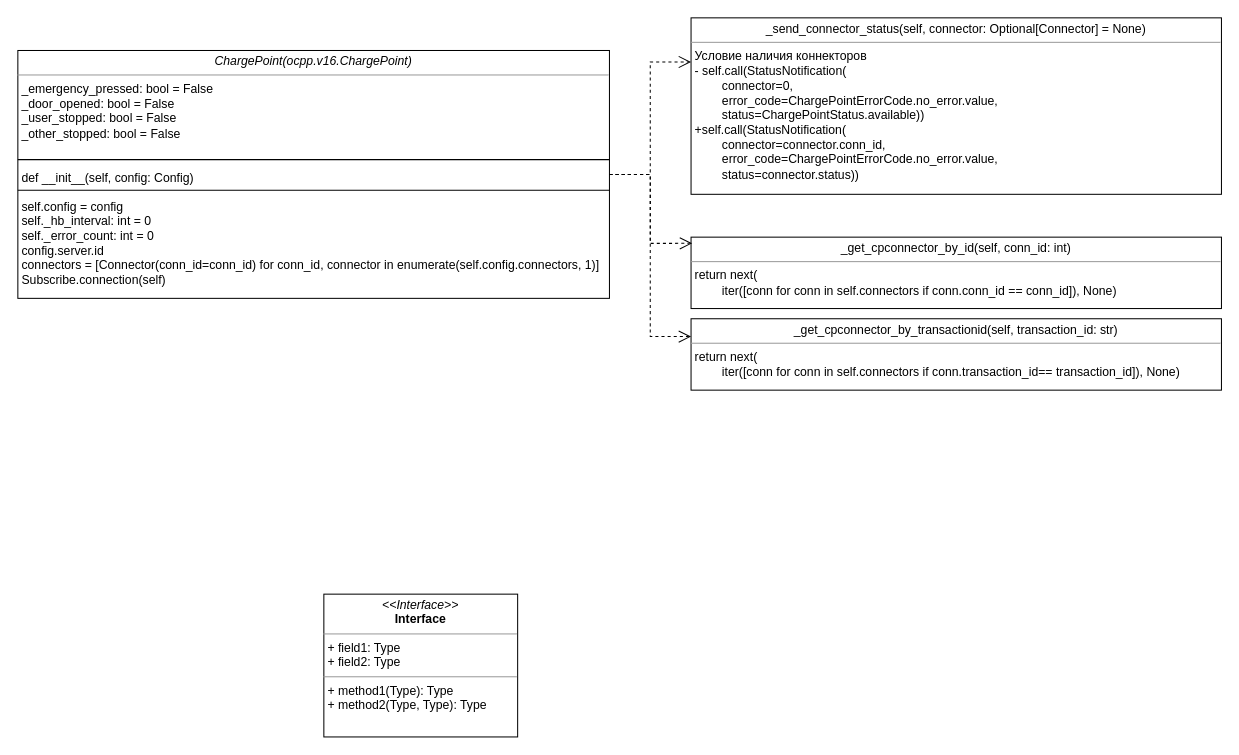
ilnurkaa2019/st_auth_test keeps this draw.io diagram as chargestation.drawio. Above is the earlier version. Source tidied: cells renumbered, new cells numbered last; positions are measured from the earlier drawing's top-left corner, leaving out a move shared by most shapes. Both pictures are drawn from the tidied source at 102%, with x=0, y=0 at pixel (17, 17).
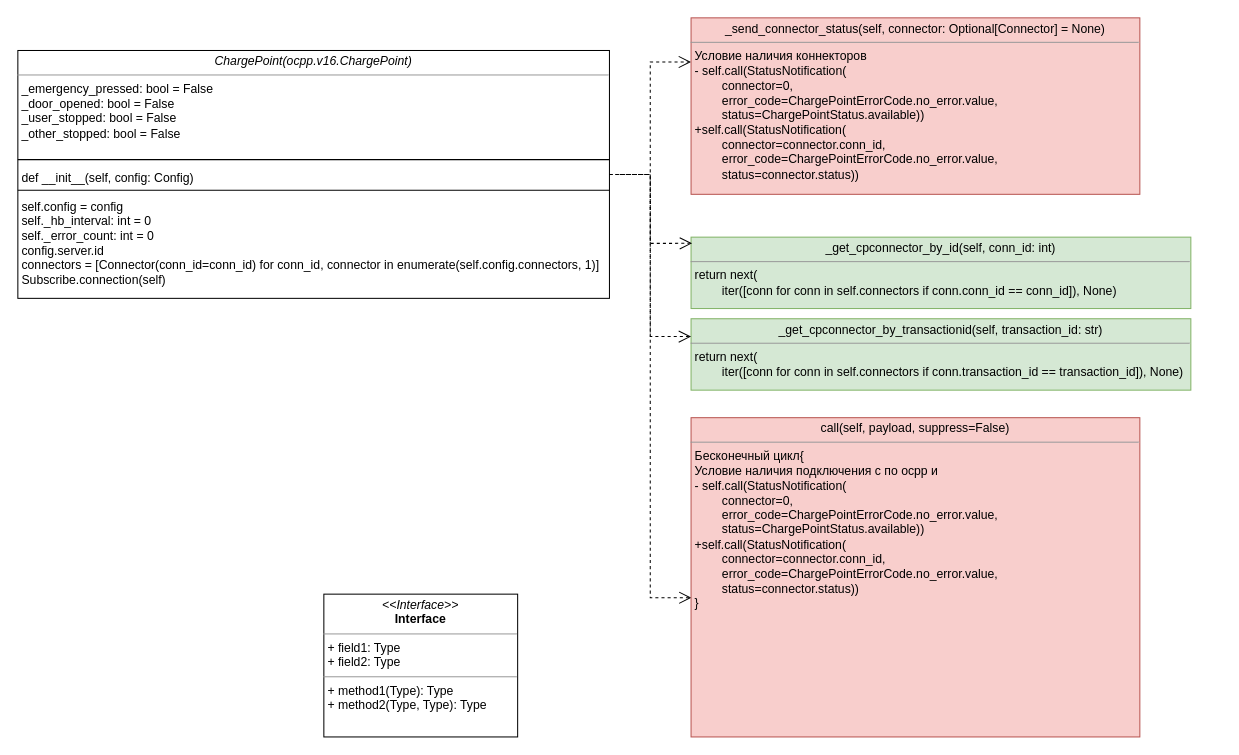
The same page after the edit.

The edit, as a diff of the source:
```diff
@@
 <mxGraphModel>
   <root>
     <mxCell id="0" />
     <mxCell id="1" parent="0" />
     <mxCell id="2" style="edgeStyle=orthogonalEdgeStyle;rounded=0;html=1;labelBackgroundColor=none;startFill=0;endArrow=open;endFill=0;endSize=10;fontFamily=Verdana;fontSize=10;dashed=1;entryX=0;entryY=0.25;entryDx=0;entryDy=0;" parent="1" edge="1" source="3" target="6">
       <mxGeometry relative="1" as="geometry" />
     </mxCell>
     <mxCell id="3" value="&lt;p style=&quot;margin:0px;margin-top:4px;text-align:center;&quot;&gt;&lt;i&gt;ChargePoint(ocpp.v16.ChargePoint)&lt;/i&gt;&lt;/p&gt;&lt;hr size=&quot;1&quot;&gt;&lt;p style=&quot;margin:0px;margin-left:4px;&quot;&gt;_emergency_pressed: bool = False&lt;/p&gt;&lt;p style=&quot;margin:0px;margin-left:4px;&quot;&gt;_door_opened: bool = False&lt;/p&gt;&lt;p style=&quot;margin:0px;margin-left:4px;&quot;&gt;_user_stopped: bool = False&lt;/p&gt;&lt;p style=&quot;margin:0px;margin-left:4px;&quot;&gt;_other_stopped: bool = False&lt;/p&gt;&lt;p style=&quot;margin:0px;margin-left:4px;&quot;&gt;&lt;br&gt;&lt;/p&gt;&lt;p style=&quot;margin:0px;margin-left:4px;&quot;&gt;&lt;br&gt;&lt;/p&gt;&lt;p style=&quot;margin:0px;margin-left:4px;&quot;&gt;def __init__(self, config: Config)&lt;/p&gt;&lt;p style=&quot;margin:0px;margin-left:4px;&quot;&gt;&lt;br&gt;&lt;/p&gt;&lt;p style=&quot;margin:0px;margin-left:4px;&quot;&gt;self.config = config&lt;/p&gt;&lt;p style=&quot;margin:0px;margin-left:4px;&quot;&gt;self._hb_interval: int = 0&lt;/p&gt;&lt;p style=&quot;margin:0px;margin-left:4px;&quot;&gt;self._error_count: int = 0&lt;/p&gt;&lt;p style=&quot;margin:0px;margin-left:4px;&quot;&gt;config.server.id&lt;/p&gt;&lt;p style=&quot;margin:0px;margin-left:4px;&quot;&gt;connectors = [Connector(conn_id=conn_id) for conn_id, connector in enumerate(self.config.connectors, 1)]&lt;/p&gt;&lt;p style=&quot;margin:0px;margin-left:4px;&quot;&gt;Subscribe.connection(self)&lt;/p&gt;" style="verticalAlign=top;align=left;overflow=fill;fontSize=12;fontFamily=Helvetica;html=1;rounded=0;shadow=0;comic=0;labelBackgroundColor=none;strokeWidth=1;" parent="1" vertex="1">
       <mxGeometry y="32" width="580" height="243" as="geometry" />
     </mxCell>
     <mxCell id="4" value="&lt;p style=&quot;margin:0px;margin-top:4px;text-align:center;&quot;&gt;&lt;i&gt;&amp;lt;&amp;lt;Interface&amp;gt;&amp;gt;&lt;/i&gt;&lt;br/&gt;&lt;b&gt;Interface&lt;/b&gt;&lt;/p&gt;&lt;hr size=&quot;1&quot;/&gt;&lt;p style=&quot;margin:0px;margin-left:4px;&quot;&gt;+ field1: Type&lt;br/&gt;+ field2: Type&lt;/p&gt;&lt;hr size=&quot;1&quot;/&gt;&lt;p style=&quot;margin:0px;margin-left:4px;&quot;&gt;+ method1(Type): Type&lt;br/&gt;+ method2(Type, Type): Type&lt;/p&gt;" style="verticalAlign=top;align=left;overflow=fill;fontSize=12;fontFamily=Helvetica;html=1;rounded=0;shadow=0;comic=0;labelBackgroundColor=none;strokeWidth=1;" parent="1" vertex="1">
       <mxGeometry x="300" y="565" width="190" height="140" as="geometry" />
     </mxCell>
     <mxCell id="5" style="edgeStyle=none;curved=1;rounded=0;orthogonalLoop=1;jettySize=auto;html=1;exitX=0.75;exitY=0;exitDx=0;exitDy=0;fontSize=12;startSize=8;endSize=8;" parent="1" edge="1" source="4" target="4">
       <mxGeometry relative="1" as="geometry" />
     </mxCell>
-    <mxCell id="6" value="&lt;p style=&quot;margin:0px;margin-top:4px;text-align:center;&quot;&gt;_send_connector_status(self, connector: Optional[Connector] = None)&lt;/p&gt;&lt;hr size=&quot;1&quot;&gt;&lt;p style=&quot;margin:0px;margin-left:4px;&quot;&gt;Условие наличия коннекторов&lt;/p&gt;&lt;p style=&quot;margin:0px;margin-left:4px;&quot;&gt;- self.call(StatusNotification(&lt;/p&gt;&lt;p style=&quot;margin:0px;margin-left:4px;&quot;&gt;&lt;span style=&quot;white-space: pre;&quot;&gt;&#9;&lt;/span&gt;connector=0,&amp;nbsp;&lt;/p&gt;&lt;p style=&quot;margin:0px;margin-left:4px;&quot;&gt;&lt;span style=&quot;white-space: pre;&quot;&gt;&#9;&lt;/span&gt;error_code=ChargePointErrorCode.no_error.value,&amp;nbsp;&lt;/p&gt;&lt;p style=&quot;margin:0px;margin-left:4px;&quot;&gt;&lt;span style=&quot;white-space: pre;&quot;&gt;&#9;&lt;/span&gt;status=ChargePointStatus.available))&lt;br&gt;+self.call(&lt;span style=&quot;background-color: transparent; color: light-dark(rgb(0, 0, 0), rgb(255, 255, 255));&quot;&gt;StatusNotification(&lt;/span&gt;&lt;/p&gt;&lt;p style=&quot;margin:0px;margin-left:4px;&quot;&gt;&lt;span style=&quot;background-color: transparent; color: light-dark(rgb(0, 0, 0), rgb(255, 255, 255));&quot;&gt;&lt;span style=&quot;white-space: pre;&quot;&gt;&#9;&lt;/span&gt;connector=connector.conn_id,&amp;nbsp;&lt;/span&gt;&lt;/p&gt;&lt;p style=&quot;margin:0px;margin-left:4px;&quot;&gt;&lt;span style=&quot;background-color: transparent; color: light-dark(rgb(0, 0, 0), rgb(255, 255, 255));&quot;&gt;&lt;span style=&quot;white-space: pre;&quot;&gt;&#9;&lt;/span&gt;error_code=ChargePointErrorCode.no_error.value,&amp;nbsp;&lt;/span&gt;&lt;/p&gt;&lt;p style=&quot;margin:0px;margin-left:4px;&quot;&gt;&lt;span style=&quot;background-color: transparent; color: light-dark(rgb(0, 0, 0), rgb(255, 255, 255));&quot;&gt;&lt;span style=&quot;white-space: pre;&quot;&gt;&#9;&lt;/span&gt;status=connector.status)&lt;/span&gt;&lt;span style=&quot;background-color: transparent; color: light-dark(rgb(0, 0, 0), rgb(255, 255, 255));&quot;&gt;)&lt;/span&gt;&lt;/p&gt;&lt;p style=&quot;margin:0px;margin-left:4px;&quot;&gt;&lt;br&gt;&lt;/p&gt;" style="verticalAlign=top;align=left;overflow=fill;fontSize=12;fontFamily=Helvetica;html=1;rounded=0;shadow=0;comic=0;labelBackgroundColor=none;strokeWidth=1;" parent="1" vertex="1">
-      <mxGeometry x="660" width="520" height="173" as="geometry" />
+    <mxCell id="6" value="&lt;p style=&quot;margin:0px;margin-top:4px;text-align:center;&quot;&gt;_send_connector_status(self, connector: Optional[Connector] = None)&lt;/p&gt;&lt;hr size=&quot;1&quot;&gt;&lt;p style=&quot;margin:0px;margin-left:4px;&quot;&gt;Условие наличия коннекторов&lt;/p&gt;&lt;p style=&quot;margin:0px;margin-left:4px;&quot;&gt;- self.call(StatusNotification(&lt;/p&gt;&lt;p style=&quot;margin:0px;margin-left:4px;&quot;&gt;&lt;span style=&quot;white-space: pre;&quot;&gt;&#9;&lt;/span&gt;connector=0,&amp;nbsp;&lt;/p&gt;&lt;p style=&quot;margin:0px;margin-left:4px;&quot;&gt;&lt;span style=&quot;white-space: pre;&quot;&gt;&#9;&lt;/span&gt;error_code=ChargePointErrorCode.no_error.value,&amp;nbsp;&lt;/p&gt;&lt;p style=&quot;margin:0px;margin-left:4px;&quot;&gt;&lt;span style=&quot;white-space: pre;&quot;&gt;&#9;&lt;/span&gt;status=ChargePointStatus.available))&lt;br&gt;+self.call(&lt;span style=&quot;background-color: transparent; color: light-dark(rgb(0, 0, 0), rgb(255, 255, 255));&quot;&gt;StatusNotification(&lt;/span&gt;&lt;/p&gt;&lt;p style=&quot;margin:0px;margin-left:4px;&quot;&gt;&lt;span style=&quot;background-color: transparent; color: light-dark(rgb(0, 0, 0), rgb(255, 255, 255));&quot;&gt;&lt;span style=&quot;white-space: pre;&quot;&gt;&#9;&lt;/span&gt;connector=connector.conn_id,&amp;nbsp;&lt;/span&gt;&lt;/p&gt;&lt;p style=&quot;margin:0px;margin-left:4px;&quot;&gt;&lt;span style=&quot;background-color: transparent; color: light-dark(rgb(0, 0, 0), rgb(255, 255, 255));&quot;&gt;&lt;span style=&quot;white-space: pre;&quot;&gt;&#9;&lt;/span&gt;error_code=ChargePointErrorCode.no_error.value,&amp;nbsp;&lt;/span&gt;&lt;/p&gt;&lt;p style=&quot;margin:0px;margin-left:4px;&quot;&gt;&lt;span style=&quot;background-color: transparent; color: light-dark(rgb(0, 0, 0), rgb(255, 255, 255));&quot;&gt;&lt;span style=&quot;white-space: pre;&quot;&gt;&#9;&lt;/span&gt;status=connector.status)&lt;/span&gt;&lt;span style=&quot;background-color: transparent; color: light-dark(rgb(0, 0, 0), rgb(255, 255, 255));&quot;&gt;)&lt;/span&gt;&lt;/p&gt;&lt;p style=&quot;margin:0px;margin-left:4px;&quot;&gt;&lt;br&gt;&lt;/p&gt;" style="verticalAlign=top;align=left;overflow=fill;fontSize=12;fontFamily=Helvetica;html=1;rounded=0;shadow=0;comic=0;labelBackgroundColor=none;strokeWidth=1;fillColor=#f8cecc;strokeColor=#b85450;" parent="1" vertex="1">
+      <mxGeometry x="660" width="440" height="173" as="geometry" />
     </mxCell>
     <mxCell id="7" style="line;strokeWidth=1;fillColor=none;align=left;verticalAlign=middle;spacingTop=-1;spacingLeft=3;spacingRight=3;labelPosition=right;strokeColor=inherit;" parent="1" vertex="1">
       <mxGeometry y="135" width="580" height="8" as="geometry" />
     </mxCell>
     <mxCell id="8" style="line;strokeWidth=1;fillColor=none;align=left;verticalAlign=middle;spacingTop=-1;spacingLeft=3;spacingRight=3;labelPosition=right;strokeColor=inherit;" parent="1" vertex="1">
       <mxGeometry y="165" width="580" height="8" as="geometry" />
     </mxCell>
-    <mxCell id="9" value="&lt;p style=&quot;margin:0px;margin-top:4px;text-align:center;&quot;&gt;_get_cpconnector_by_id(self, conn_id: int)&lt;/p&gt;&lt;hr size=&quot;1&quot;&gt;&lt;p style=&quot;margin:0px;margin-left:4px;&quot;&gt;return next(&lt;/p&gt;&lt;p style=&quot;margin:0px;margin-left:4px;&quot;&gt;&lt;span style=&quot;white-space: pre;&quot;&gt;&#9;&lt;/span&gt;iter([conn for conn in self.connectors if conn.conn_id == conn_id]), None)&lt;br&gt;&lt;/p&gt;&lt;p style=&quot;margin:0px;margin-left:4px;&quot;&gt;&lt;br&gt;&lt;/p&gt;" style="verticalAlign=top;align=left;overflow=fill;fontSize=12;fontFamily=Helvetica;html=1;rounded=0;shadow=0;comic=0;labelBackgroundColor=none;strokeWidth=1;" parent="1" vertex="1">
-      <mxGeometry x="660" y="215" width="520" height="70" as="geometry" />
+    <mxCell id="9" value="&lt;p style=&quot;margin:0px;margin-top:4px;text-align:center;&quot;&gt;_get_cpconnector_by_id(self, conn_id: int)&lt;/p&gt;&lt;hr size=&quot;1&quot;&gt;&lt;p style=&quot;margin:0px;margin-left:4px;&quot;&gt;return next(&lt;/p&gt;&lt;p style=&quot;margin:0px;margin-left:4px;&quot;&gt;&lt;span style=&quot;white-space: pre;&quot;&gt;&#9;&lt;/span&gt;iter([conn for conn in self.connectors if conn.conn_id == conn_id]), None)&lt;br&gt;&lt;/p&gt;&lt;p style=&quot;margin:0px;margin-left:4px;&quot;&gt;&lt;br&gt;&lt;/p&gt;" style="verticalAlign=top;align=left;overflow=fill;fontSize=12;fontFamily=Helvetica;html=1;rounded=0;shadow=0;comic=0;labelBackgroundColor=none;strokeWidth=1;fillColor=#d5e8d4;strokeColor=#82b366;" parent="1" vertex="1">
+      <mxGeometry x="660" y="215" width="490" height="70" as="geometry" />
     </mxCell>
     <mxCell id="10" style="edgeStyle=orthogonalEdgeStyle;rounded=0;html=1;labelBackgroundColor=none;startFill=0;endArrow=open;endFill=0;endSize=10;fontFamily=Verdana;fontSize=10;dashed=1;entryX=0.002;entryY=0.087;entryDx=0;entryDy=0;exitX=1;exitY=0.5;exitDx=0;exitDy=0;entryPerimeter=0;" parent="1" edge="1" source="3" target="9">
       <mxGeometry relative="1" as="geometry" />
     </mxCell>
-    <mxCell id="11" value="&lt;p style=&quot;margin:0px;margin-top:4px;text-align:center;&quot;&gt;_get_cpconnector_by_transactionid(self, transaction_id: str)&lt;/p&gt;&lt;hr size=&quot;1&quot;&gt;&lt;p style=&quot;margin:0px;margin-left:4px;&quot;&gt;return next(&lt;/p&gt;&lt;p style=&quot;margin:0px;margin-left:4px;&quot;&gt;&lt;span style=&quot;white-space: pre;&quot;&gt;&#9;&lt;/span&gt;iter([conn for conn in self.connectors if conn.&lt;span style=&quot;text-align: center;&quot;&gt;transaction_id&lt;/span&gt;==&amp;nbsp;&lt;span style=&quot;text-align: center;&quot;&gt;transaction_id&lt;/span&gt;]), None)&lt;br&gt;&lt;/p&gt;&lt;p style=&quot;margin:0px;margin-left:4px;&quot;&gt;&lt;br&gt;&lt;/p&gt;" style="verticalAlign=top;align=left;overflow=fill;fontSize=12;fontFamily=Helvetica;html=1;rounded=0;shadow=0;comic=0;labelBackgroundColor=none;strokeWidth=1;" parent="1" vertex="1">
-      <mxGeometry x="660" y="295" width="520" height="70" as="geometry" />
+    <mxCell id="11" value="&lt;p style=&quot;margin:0px;margin-top:4px;text-align:center;&quot;&gt;_get_cpconnector_by_transactionid(self, transaction_id: str)&lt;/p&gt;&lt;hr size=&quot;1&quot;&gt;&lt;p style=&quot;margin:0px;margin-left:4px;&quot;&gt;return next(&lt;/p&gt;&lt;p style=&quot;margin:0px;margin-left:4px;&quot;&gt;&lt;span style=&quot;white-space: pre;&quot;&gt;&#9;&lt;/span&gt;iter([conn for conn in self.connectors if conn.&lt;span style=&quot;text-align: center;&quot;&gt;transaction_id&amp;nbsp;&lt;/span&gt;==&amp;nbsp;&lt;span style=&quot;text-align: center;&quot;&gt;transaction_id&lt;/span&gt;]), None)&lt;br&gt;&lt;/p&gt;&lt;p style=&quot;margin:0px;margin-left:4px;&quot;&gt;&lt;br&gt;&lt;/p&gt;" style="verticalAlign=top;align=left;overflow=fill;fontSize=12;fontFamily=Helvetica;html=1;rounded=0;shadow=0;comic=0;labelBackgroundColor=none;strokeWidth=1;fillColor=#d5e8d4;strokeColor=#82b366;" parent="1" vertex="1">
+      <mxGeometry x="660" y="295" width="490" height="70" as="geometry" />
     </mxCell>
     <mxCell id="12" style="edgeStyle=orthogonalEdgeStyle;rounded=0;html=1;labelBackgroundColor=none;startFill=0;endArrow=open;endFill=0;endSize=10;fontFamily=Verdana;fontSize=10;dashed=1;entryX=0;entryY=0.25;entryDx=0;entryDy=0;exitX=1;exitY=0.5;exitDx=0;exitDy=0;" parent="1" edge="1" source="3" target="11">
       <mxGeometry relative="1" as="geometry" />
     </mxCell>
+    <mxCell id="13" style="edgeStyle=orthogonalEdgeStyle;rounded=0;html=1;labelBackgroundColor=none;startFill=0;endArrow=open;endFill=0;endSize=10;fontFamily=Verdana;fontSize=10;dashed=1;exitX=1;exitY=0.5;exitDx=0;exitDy=0;entryX=0.001;entryY=0.564;entryDx=0;entryDy=0;entryPerimeter=0;" parent="1" edge="1" target="14">
+      <mxGeometry relative="1" as="geometry">
+        <mxPoint x="590" y="153.5" as="sourcePoint" />
+        <Array as="points">
+          <mxPoint x="620" y="154" />
+          <mxPoint x="620" y="569" />
+        </Array>
+      </mxGeometry>
+    </mxCell>
+    <mxCell id="14" value="&lt;p style=&quot;margin:0px;margin-top:4px;text-align:center;&quot;&gt;call(self, payload, suppress=False)&lt;/p&gt;&lt;hr size=&quot;1&quot;&gt;&lt;p style=&quot;margin:0px;margin-left:4px;&quot;&gt;Бесконечный цикл{&lt;/p&gt;&lt;p style=&quot;margin:0px;margin-left:4px;&quot;&gt;Условие наличия подключения с по ocpp и&amp;nbsp;&lt;/p&gt;&lt;p style=&quot;margin:0px;margin-left:4px;&quot;&gt;- self.call(StatusNotification(&lt;/p&gt;&lt;p style=&quot;margin:0px;margin-left:4px;&quot;&gt;&lt;span style=&quot;white-space: pre;&quot;&gt;&#9;&lt;/span&gt;connector=0,&amp;nbsp;&lt;/p&gt;&lt;p style=&quot;margin:0px;margin-left:4px;&quot;&gt;&lt;span style=&quot;white-space: pre;&quot;&gt;&#9;&lt;/span&gt;error_code=ChargePointErrorCode.no_error.value,&amp;nbsp;&lt;/p&gt;&lt;p style=&quot;margin:0px;margin-left:4px;&quot;&gt;&lt;span style=&quot;white-space: pre;&quot;&gt;&#9;&lt;/span&gt;status=ChargePointStatus.available))&lt;br&gt;+self.call(&lt;span style=&quot;background-color: transparent; color: light-dark(rgb(0, 0, 0), rgb(255, 255, 255));&quot;&gt;StatusNotification(&lt;/span&gt;&lt;/p&gt;&lt;p style=&quot;margin:0px;margin-left:4px;&quot;&gt;&lt;span style=&quot;background-color: transparent; color: light-dark(rgb(0, 0, 0), rgb(255, 255, 255));&quot;&gt;&lt;span style=&quot;white-space: pre;&quot;&gt;&#9;&lt;/span&gt;connector=connector.conn_id,&amp;nbsp;&lt;/span&gt;&lt;/p&gt;&lt;p style=&quot;margin:0px;margin-left:4px;&quot;&gt;&lt;span style=&quot;background-color: transparent; color: light-dark(rgb(0, 0, 0), rgb(255, 255, 255));&quot;&gt;&lt;span style=&quot;white-space: pre;&quot;&gt;&#9;&lt;/span&gt;error_code=ChargePointErrorCode.no_error.value,&amp;nbsp;&lt;/span&gt;&lt;/p&gt;&lt;p style=&quot;margin:0px;margin-left:4px;&quot;&gt;&lt;span style=&quot;background-color: transparent; color: light-dark(rgb(0, 0, 0), rgb(255, 255, 255));&quot;&gt;&lt;span style=&quot;white-space: pre;&quot;&gt;&#9;&lt;/span&gt;status=connector.status)&lt;/span&gt;&lt;span style=&quot;background-color: transparent; color: light-dark(rgb(0, 0, 0), rgb(255, 255, 255));&quot;&gt;)&lt;/span&gt;&lt;/p&gt;&lt;p style=&quot;margin:0px;margin-left:4px;&quot;&gt;&lt;span style=&quot;background-color: transparent; color: light-dark(rgb(0, 0, 0), rgb(255, 255, 255));&quot;&gt;}&lt;/span&gt;&lt;/p&gt;&lt;p style=&quot;margin:0px;margin-left:4px;&quot;&gt;&lt;br&gt;&lt;/p&gt;" style="verticalAlign=top;align=left;overflow=fill;fontSize=12;fontFamily=Helvetica;html=1;rounded=0;shadow=0;comic=0;labelBackgroundColor=none;strokeWidth=1;fillColor=#f8cecc;strokeColor=#b85450;" parent="1" vertex="1">
+      <mxGeometry x="660" y="392" width="440" height="313" as="geometry" />
+    </mxCell>
   </root>
 </mxGraphModel>
```
